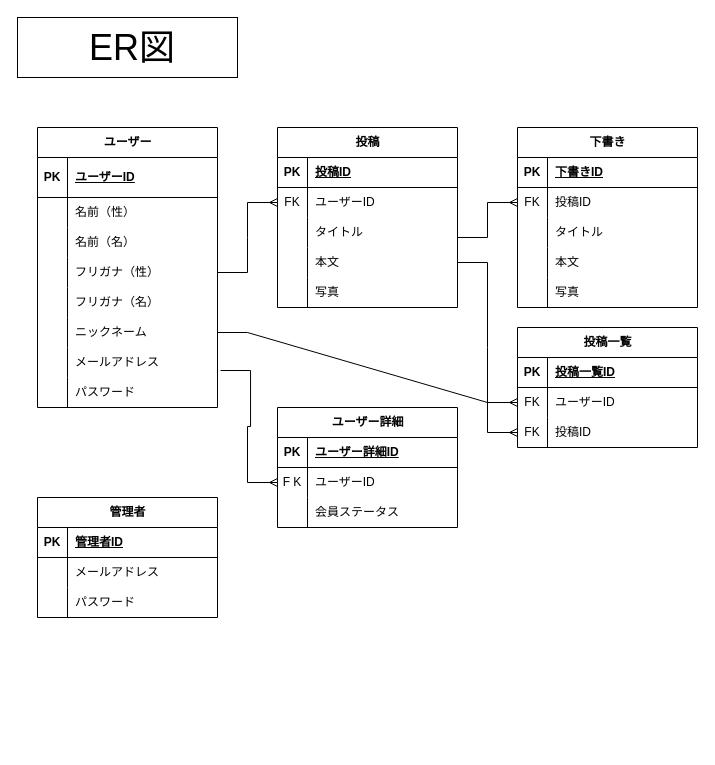
The draw.io diagram 旅ブラ_GOのER図.drawio in hirofumi0104/tabibura_go, before the edit. Source tidied: cells renumbered, new cells numbered last; positions are measured from the earlier drawing's top-left corner, leaving out a move shared by most shapes. Both pictures are drawn from the tidied source at 100%, with x=0, y=0 at pixel (17, 17).
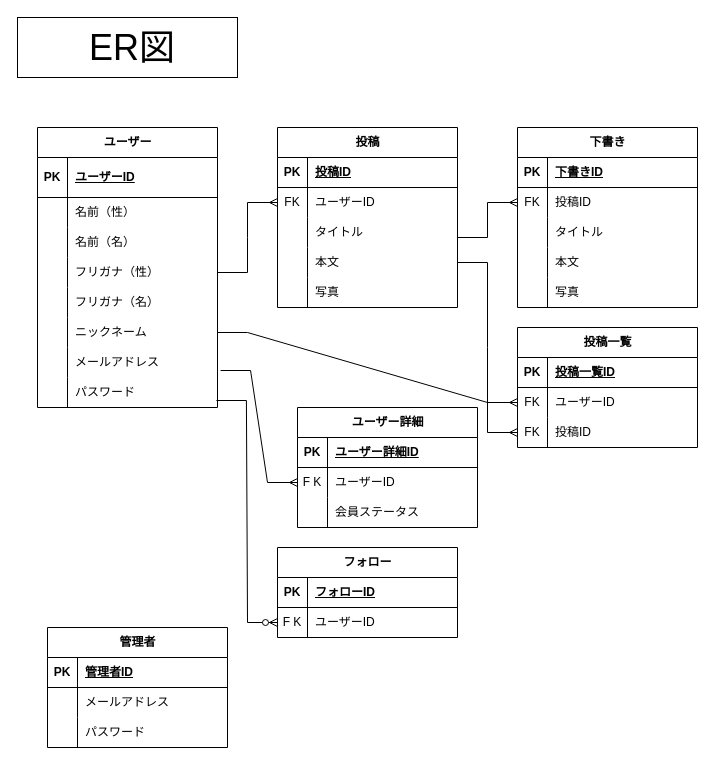
The same diagram, later.

Commit message (it also covers changes not shown here):
旅ブラ_GOのER図.drawio を更新します

The change refers to these unchanged cells:
```xml
<mxCell id="24" style="shape=tableRow;horizontal=0;startSize=0;swimlaneHead=0;swimlaneBody=0;fillColor=none;points=[[0,0.5],[1,0.5]];portConstraint=eastwest;top=0;left=0;right=0;bottom=0;" parent="2" vertex="1">
  <mxGeometry y="250" width="180" height="30" as="geometry" />
</mxCell>
```

Change to the diagram source:
```diff
@@
     <mxCell id="28" value="管理者" style="shape=table;startSize=30;childLayout=tableLayout;rowLines=0;fontStyle=1;align=center;html=1;" parent="1" vertex="1">
-      <mxGeometry x="20" y="480" width="180" height="120" as="geometry" />
+      <mxGeometry x="30" y="610" width="180" height="120" as="geometry" />
     </mxCell>
@@
     <mxCell id="84" value="ユーザー詳細" style="shape=table;startSize=30;childLayout=tableLayout;rowLines=0;fontStyle=1;align=center;html=1;" parent="1" vertex="1">
-      <mxGeometry x="260" y="390" width="180" height="120" as="geometry" />
+      <mxGeometry x="280" y="390" width="180" height="120" as="geometry" />
     </mxCell>
@@
+    <mxCell id="95" value="フォロー" style="shape=table;startSize=30;childLayout=tableLayout;rowLines=0;fontStyle=1;align=center;html=1;" parent="1" vertex="1">
+      <mxGeometry x="260" y="530" width="180" height="90" as="geometry" />
+    </mxCell>
+    <mxCell id="96" style="shape=tableRow;horizontal=0;startSize=0;swimlaneHead=0;swimlaneBody=0;fillColor=none;top=0;left=0;right=0;bottom=1;" parent="95" vertex="1">
+      <mxGeometry y="30" width="180" height="30" as="geometry" />
+    </mxCell>
+    <mxCell id="97" value="PK" style="shape=partialRectangle;fillColor=none;top=0;left=0;bottom=0;right=0;fontStyle=1;overflow=hidden;whiteSpace=wrap;html=1;" parent="96" vertex="1">
+      <mxGeometry width="30" height="30" as="geometry" />
+    </mxCell>
+    <mxCell id="98" value="フォローID" style="shape=partialRectangle;fillColor=none;top=0;left=0;bottom=0;right=0;align=left;spacingLeft=6;fontStyle=5;overflow=hidden;whiteSpace=wrap;html=1;" parent="96" vertex="1">
+      <mxGeometry x="30" width="150" height="30" as="geometry" />
+    </mxCell>
+    <mxCell id="99" style="shape=tableRow;horizontal=0;startSize=0;swimlaneHead=0;swimlaneBody=0;fillColor=none;points=[[0,0.5],[1,0.5]];portConstraint=eastwest;top=0;left=0;right=0;bottom=0;" parent="95" vertex="1">
+      <mxGeometry y="60" width="180" height="30" as="geometry" />
+    </mxCell>
+    <mxCell id="100" value="F K" style="shape=partialRectangle;fillColor=none;top=0;left=0;bottom=0;right=0;overflow=hidden;whiteSpace=wrap;html=1;" parent="99" vertex="1">
+      <mxGeometry width="30" height="30" as="geometry" />
+    </mxCell>
+    <mxCell id="101" value="ユーザーID" style="shape=partialRectangle;fillColor=none;top=0;left=0;bottom=0;right=0;align=left;spacingLeft=6;overflow=hidden;whiteSpace=wrap;html=1;" parent="99" vertex="1">
+      <mxGeometry x="30" width="150" height="30" as="geometry" />
+    </mxCell>
+    <mxCell id="102" style="edgeStyle=entityRelationEdgeStyle;fontSize=12;html=1;endArrow=ERzeroToMany;endFill=1;rounded=0;exitX=0.994;exitY=0.767;exitDx=0;exitDy=0;exitPerimeter=0;entryX=0;entryY=0.5;entryDx=0;entryDy=0;" parent="1" edge="1" source="24" target="99">
+      <mxGeometry relative="1" as="geometry" />
+    </mxCell>
```
